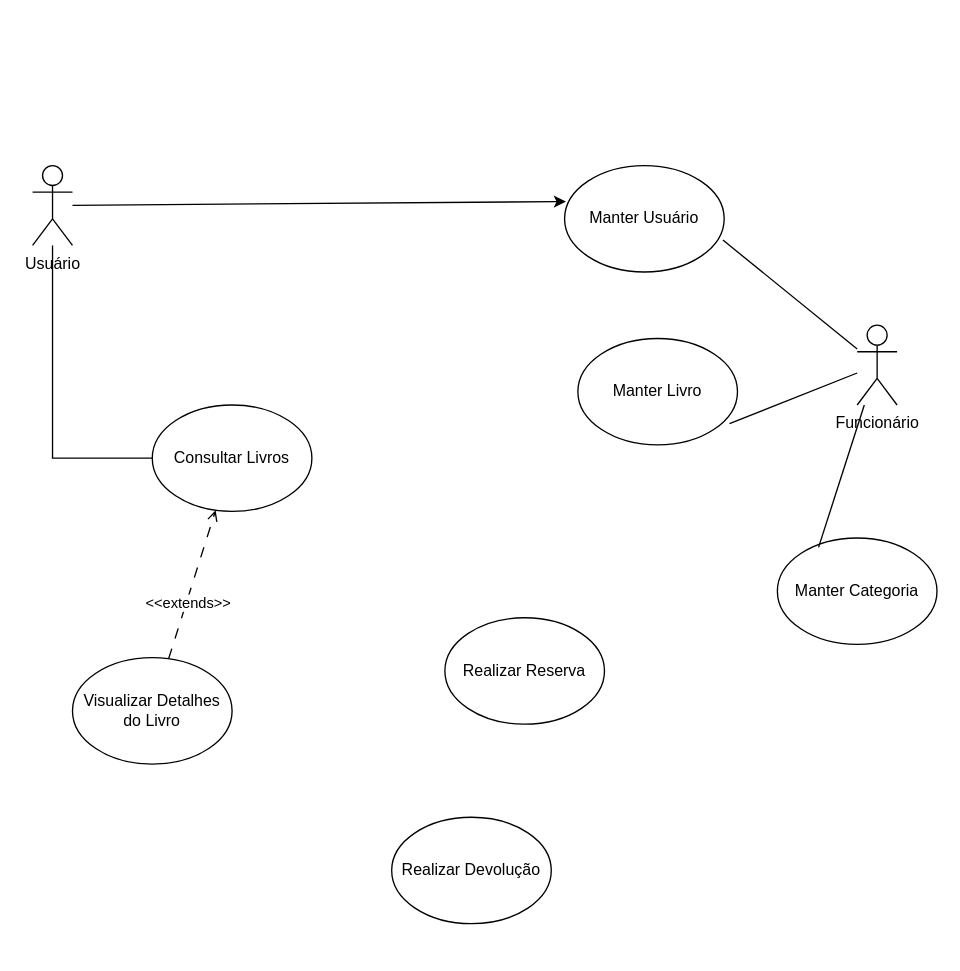
Before: Diagrama sem nome.drawio in feliphearaujo/Diagramas_UML, a draw.io diagram. Source tidied: cells renumbered, new cells numbered last; positions are measured from the earlier drawing's top-left corner, leaving out a move shared by most shapes. Both pictures are drawn from the tidied source at 133%, with x=0, y=0 at pixel (32, 165).
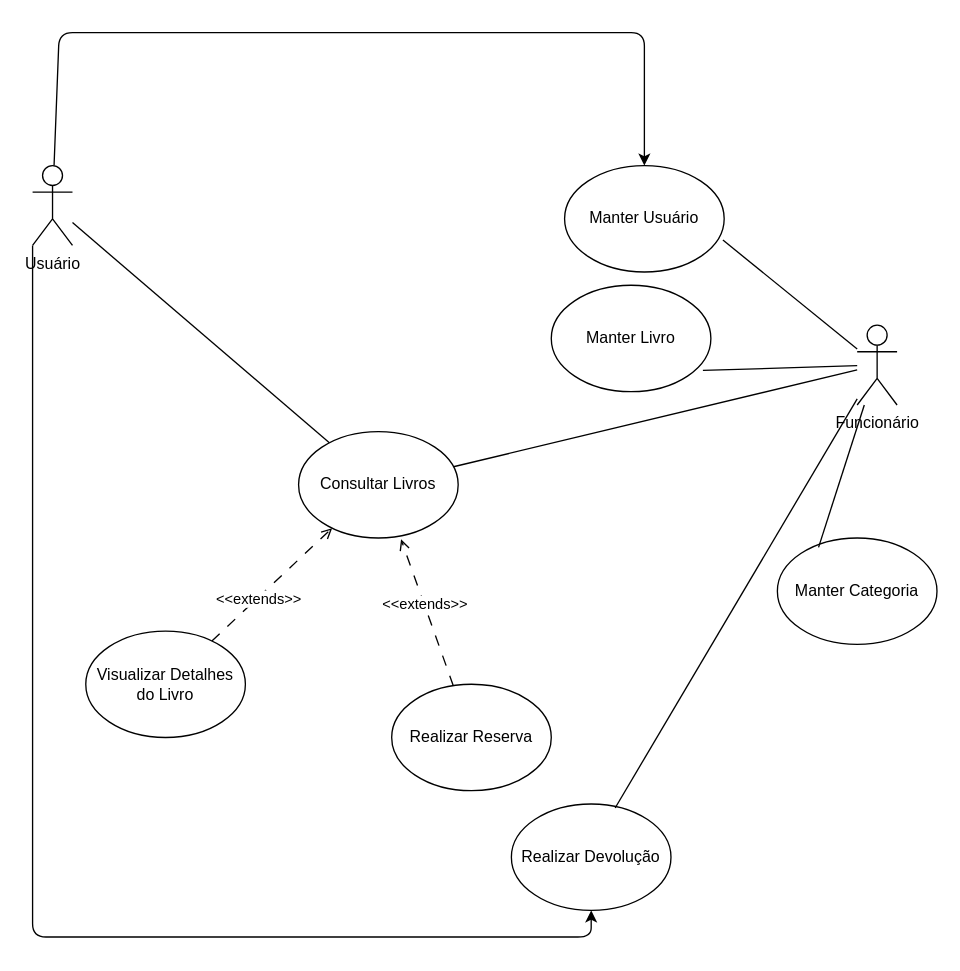
The same diagram, later.

Commit message:
sistema biblioteca

The change refers to these unchanged cells:
```xml
<mxCell id="2" value="Usuário&lt;div&gt;&lt;br&gt;&lt;/div&gt;" style="shape=umlActor;verticalLabelPosition=bottom;verticalAlign=top;html=1;outlineConnect=0;" parent="1" vertex="1">
  <mxGeometry width="30" height="60" as="geometry" />
</mxCell>
<mxCell id="3" value="Funcionário" style="shape=umlActor;verticalLabelPosition=bottom;verticalAlign=top;html=1;outlineConnect=0;" parent="1" vertex="1">
  <mxGeometry x="620" y="120" width="30" height="60" as="geometry" />
</mxCell>
<mxCell id="4" value="Manter Usuário" style="ellipse;whiteSpace=wrap;html=1;" parent="1" vertex="1">
  <mxGeometry x="400" width="120" height="80" as="geometry" />
</mxCell>
```

Change to the diagram source:
```diff
@@
+    <mxCell id="18" style="edgeStyle=orthogonalEdgeStyle;rounded=1;jettySize=auto;html=1;entryX=0.5;entryY=1;entryDx=0;entryDy=0;curved=0;" parent="1" edge="1" source="2" target="13">
+      <mxGeometry relative="1" as="geometry">
+        <Array as="points">
+          <mxPoint y="580" />
+          <mxPoint x="420" y="580" />
+        </Array>
+      </mxGeometry>
+    </mxCell>
@@
+    <mxCell id="19" style="rounded=0;jettySize=auto;html=1;endArrow=none;endFill=0;" parent="1" edge="1" source="3" target="7">
+      <mxGeometry relative="1" as="geometry" />
+    </mxCell>
@@
     <mxCell id="5" value="Manter Livro" style="ellipse;whiteSpace=wrap;html=1;" parent="1" vertex="1">
-      <mxGeometry x="410" y="130" width="120" height="80" as="geometry" />
+      <mxGeometry x="390" y="90" width="120" height="80" as="geometry" />
     </mxCell>
-    <mxCell id="6" style="edgeStyle=orthogonalEdgeStyle;rounded=0;jettySize=auto;html=1;endArrow=none;endFill=0;" parent="1" edge="1" source="7" target="2">
+    <mxCell id="6" style="rounded=0;jettySize=auto;html=1;endArrow=none;endFill=0;" parent="1" edge="1" source="7" target="2">
       <mxGeometry relative="1" as="geometry" />
     </mxCell>
     <mxCell id="7" value="Consultar Livros" style="ellipse;whiteSpace=wrap;html=1;" parent="1" vertex="1">
-      <mxGeometry x="90" y="180" width="120" height="80" as="geometry" />
+      <mxGeometry x="200" y="200" width="120" height="80" as="geometry" />
     </mxCell>
@@
     <mxCell id="10" value="Visualizar Detalhes do Livro" style="ellipse;whiteSpace=wrap;html=1;" parent="1" vertex="1">
-      <mxGeometry x="30" y="370" width="120" height="80" as="geometry" />
+      <mxGeometry x="40" y="350" width="120" height="80" as="geometry" />
     </mxCell>
@@
     <mxCell id="12" value="Realizar Reserva" style="ellipse;whiteSpace=wrap;html=1;" parent="1" vertex="1">
-      <mxGeometry x="310" y="340" width="120" height="80" as="geometry" />
+      <mxGeometry x="270" y="390" width="120" height="80" as="geometry" />
     </mxCell>
     <mxCell id="13" value="Realizar Devolução" style="ellipse;whiteSpace=wrap;html=1;" parent="1" vertex="1">
-      <mxGeometry x="270" y="490" width="120" height="80" as="geometry" />
+      <mxGeometry x="360" y="480" width="120" height="80" as="geometry" />
     </mxCell>
@@
-    <mxCell id="16" style="rounded=0;jettySize=auto;html=1;entryX=0.008;entryY=0.338;entryDx=0;entryDy=0;entryPerimeter=0;" parent="1" edge="1" source="2" target="4">
-      <mxGeometry relative="1" as="geometry" />
+    <mxCell id="16" style="rounded=1;jettySize=auto;html=1;entryX=0.5;entryY=0;entryDx=0;entryDy=0;curved=0;" parent="1" edge="1" source="2" target="4">
+      <mxGeometry relative="1" as="geometry">
+        <Array as="points">
+          <mxPoint x="20" y="-100" />
+          <mxPoint x="220" y="-100" />
+          <mxPoint x="460" y="-100" />
+        </Array>
+      </mxGeometry>
     </mxCell>
@@
+    <mxCell id="20" style="rounded=0;jettySize=auto;html=1;entryX=0.642;entryY=1.013;entryDx=0;entryDy=0;entryPerimeter=0;endArrow=open;endFill=0;dashed=1;dashPattern=8 8;" parent="1" edge="1" source="12" target="7">
+      <mxGeometry relative="1" as="geometry" />
+    </mxCell>
+    <mxCell id="21" value="&amp;lt;&amp;lt;extends&amp;gt;&amp;gt;" style="edgeLabel;html=1;align=center;verticalAlign=middle;" parent="20" vertex="1">
+      <mxGeometry x="0.11" relative="1" as="geometry" />
+    </mxCell>
+    <mxCell id="22" style="rounded=0;jettySize=auto;html=1;entryX=0.65;entryY=0.038;entryDx=0;entryDy=0;entryPerimeter=0;endArrow=none;endFill=0;" parent="1" edge="1" source="3" target="13">
+      <mxGeometry relative="1" as="geometry" />
+    </mxCell>
```
